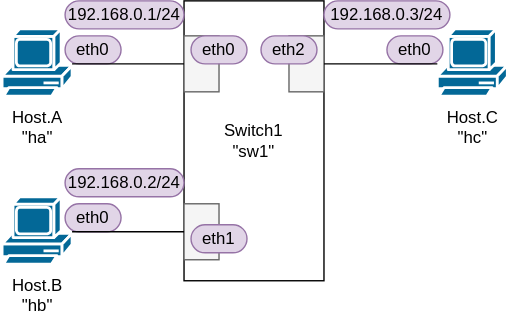
Above: exercise_docs/tutorial2/topology.drawio.svg in infra-handson/network-training (draw.io), before the change. Source tidied: cells renumbered, new cells last; positions are measured from the earlier drawing's top-left corner, leaving out a move shared by most shapes.
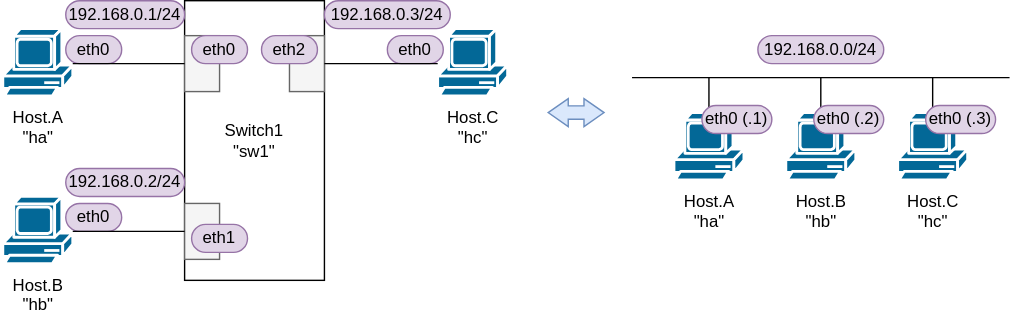
Later version of the same file.

The edit, as a diff of the source:
```diff
@@ -59,5 +59,50 @@
     <mxCell id="20" style="endArrow=none;html=1;entryX=1;entryY=0.5;entryDx=0;entryDy=0;" parent="1" edge="1" source="4" target="11">
       <mxGeometry relative="1" as="geometry" />
     </mxCell>
+    <mxCell id="21" style="edgeStyle=none;html=1;endArrow=none;endFill=0;" parent="1" edge="1" source="22">
+      <mxGeometry relative="1" as="geometry">
+        <mxPoint x="665" y="55" as="targetPoint" />
+      </mxGeometry>
+    </mxCell>
+    <mxCell id="22" value="&lt;span style=&quot;font-weight: normal&quot;&gt;Host.C&lt;br&gt;&quot;hc&quot;&lt;br&gt;&lt;/span&gt;" style="shape=mxgraph.cisco.computers_and_peripherals.pc;html=1;dashed=0;fillColor=#036897;strokeColor=#ffffff;strokeWidth=2;verticalLabelPosition=bottom;verticalAlign=top;align=center;outlineConnect=0;fontStyle=1;" parent="1" vertex="1">
+      <mxGeometry x="640" y="80" width="50" height="50" as="geometry" />
+    </mxCell>
+    <mxCell id="23" style="edgeStyle=none;html=1;endArrow=none;endFill=0;" parent="1" edge="1" source="24">
+      <mxGeometry relative="1" as="geometry">
+        <mxPoint x="505" y="55" as="targetPoint" />
+      </mxGeometry>
+    </mxCell>
+    <mxCell id="24" value="Host.A&lt;br&gt;&quot;ha&quot;" style="shape=mxgraph.cisco.computers_and_peripherals.pc;html=1;dashed=0;fillColor=#036897;strokeColor=#ffffff;strokeWidth=2;verticalLabelPosition=bottom;verticalAlign=top;align=center;outlineConnect=0;" parent="1" vertex="1">
+      <mxGeometry x="480" y="80" width="50" height="50" as="geometry" />
+    </mxCell>
+    <mxCell id="25" style="edgeStyle=none;html=1;endArrow=none;endFill=0;" parent="1" edge="1" source="26">
+      <mxGeometry relative="1" as="geometry">
+        <mxPoint x="585" y="55" as="targetPoint" />
+      </mxGeometry>
+    </mxCell>
+    <mxCell id="26" value="Host.B&lt;br&gt;&quot;hb&quot;" style="shape=mxgraph.cisco.computers_and_peripherals.pc;html=1;dashed=0;fillColor=#036897;strokeColor=#ffffff;strokeWidth=2;verticalLabelPosition=bottom;verticalAlign=top;align=center;outlineConnect=0;" parent="1" vertex="1">
+      <mxGeometry x="560" y="80" width="50" height="50" as="geometry" />
+    </mxCell>
+    <mxCell id="27" style="endArrow=none;html=1;" parent="1" edge="1">
+      <mxGeometry relative="1" as="geometry">
+        <mxPoint x="450" y="55" as="sourcePoint" />
+        <mxPoint x="720" y="55" as="targetPoint" />
+      </mxGeometry>
+    </mxCell>
+    <mxCell id="28" value="eth0 (.1)" style="rounded=1;whiteSpace=wrap;html=1;fillColor=#e1d5e7;strokeColor=#9673a6;arcSize=50;" parent="1" vertex="1">
+      <mxGeometry x="500" y="75" width="50" height="20" as="geometry" />
+    </mxCell>
+    <mxCell id="29" value="eth0 (.2)" style="rounded=1;whiteSpace=wrap;html=1;fillColor=#e1d5e7;strokeColor=#9673a6;arcSize=50;" parent="1" vertex="1">
+      <mxGeometry x="580" y="75" width="50" height="20" as="geometry" />
+    </mxCell>
+    <mxCell id="30" value="eth0 (.3)" style="rounded=1;whiteSpace=wrap;html=1;fillColor=#e1d5e7;strokeColor=#9673a6;arcSize=50;" parent="1" vertex="1">
+      <mxGeometry x="660" y="75" width="50" height="20" as="geometry" />
+    </mxCell>
+    <mxCell id="31" value="192.168.0.0/24" style="rounded=1;whiteSpace=wrap;html=1;fillColor=#e1d5e7;strokeColor=#9673a6;arcSize=50;" parent="1" vertex="1">
+      <mxGeometry x="540" y="25" width="90" height="20" as="geometry" />
+    </mxCell>
+    <mxCell id="32" style="shape=doubleArrow;whiteSpace=wrap;html=1;arrowWidth=0.47763936360677234;arrowSize=0.3592815551757815;fillColor=#dae8fc;strokeColor=#6c8ebf;" parent="1" vertex="1">
+      <mxGeometry x="390" y="70" width="40" height="20" as="geometry" />
+    </mxCell>
   </root>
 </mxGraphModel>
```
